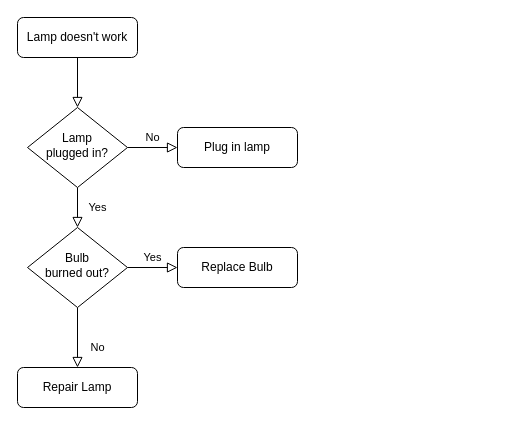
Earlier version of the draw.io diagram Unbenanntes Diagramm.drawio (ascendingsoul/ak). Source tidied: cells renumbered, new cells numbered last; positions are measured from the earlier drawing's top-left corner, leaving out a move shared by most shapes. Both pictures are drawn from the tidied source at 100%, with x=0, y=0 at pixel (17, 17).
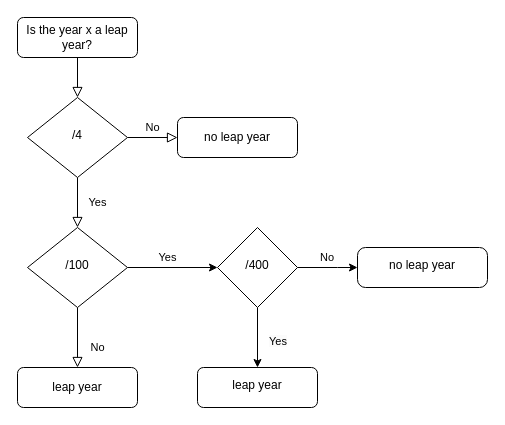
The same diagram, later.

Change to the diagram source:
```diff
@@
-    <mxCell id="3" value="Lamp doesn't work" style="rounded=1;whiteSpace=wrap;html=1;fontSize=12;glass=0;strokeWidth=1;shadow=0;" parent="1" vertex="1">
+    <mxCell id="3" value="Is the year x a leap year?" style="rounded=1;whiteSpace=wrap;html=1;fontSize=12;glass=0;strokeWidth=1;shadow=0;" parent="1" vertex="1">
       <mxGeometry width="120" height="40" as="geometry" />
     </mxCell>
@@
-    <mxCell id="6" value="Lamp&lt;br&gt;plugged in?" style="rhombus;whiteSpace=wrap;html=1;shadow=0;fontFamily=Helvetica;fontSize=12;align=center;strokeWidth=1;spacing=6;spacingTop=-4;" parent="1" vertex="1">
-      <mxGeometry x="10" y="90" width="100" height="80" as="geometry" />
+    <mxCell id="6" value="/4" style="rhombus;whiteSpace=wrap;html=1;shadow=0;fontFamily=Helvetica;fontSize=12;align=center;strokeWidth=1;spacing=6;spacingTop=-4;" parent="1" vertex="1">
+      <mxGeometry x="10" y="80" width="100" height="80" as="geometry" />
     </mxCell>
-    <mxCell id="7" value="Plug in lamp" style="rounded=1;whiteSpace=wrap;html=1;fontSize=12;glass=0;strokeWidth=1;shadow=0;" parent="1" vertex="1">
-      <mxGeometry x="160" y="110" width="120" height="40" as="geometry" />
+    <mxCell id="7" value="no leap year" style="rounded=1;whiteSpace=wrap;html=1;fontSize=12;glass=0;strokeWidth=1;shadow=0;" parent="1" vertex="1">
+      <mxGeometry x="160" y="100" width="120" height="40" as="geometry" />
     </mxCell>
@@
-    <mxCell id="9" value="Yes" style="edgeStyle=orthogonalEdgeStyle;rounded=0;html=1;jettySize=auto;fontSize=11;endArrow=block;endFill=0;endSize=8;strokeWidth=1;shadow=0;labelBackgroundColor=none;" parent="1" edge="1" source="10" target="12">
-      <mxGeometry y="10" relative="1" as="geometry" />
-    </mxCell>
+    <mxCell id="13" style="edgeStyle=orthogonalEdgeStyle;rounded=0;jettySize=auto;html=1;" parent="1" edge="1" source="10" target="16">
+      <mxGeometry relative="1" as="geometry" />
+    </mxCell>
-    <mxCell id="10" value="Bulb&lt;br&gt;burned out?" style="rhombus;whiteSpace=wrap;html=1;shadow=0;fontFamily=Helvetica;fontSize=12;align=center;strokeWidth=1;spacing=6;spacingTop=-4;" parent="1" vertex="1">
+    <mxCell id="10" value="/100" style="rhombus;whiteSpace=wrap;html=1;shadow=0;fontFamily=Helvetica;fontSize=12;align=center;strokeWidth=1;spacing=6;spacingTop=-4;" parent="1" vertex="1">
       <mxGeometry x="10" y="210" width="100" height="80" as="geometry" />
     </mxCell>
-    <mxCell id="11" value="Repair Lamp" style="rounded=1;whiteSpace=wrap;html=1;fontSize=12;glass=0;strokeWidth=1;shadow=0;" parent="1" vertex="1">
+    <mxCell id="11" value="leap year" style="rounded=1;whiteSpace=wrap;html=1;fontSize=12;glass=0;strokeWidth=1;shadow=0;" parent="1" vertex="1">
       <mxGeometry y="350" width="120" height="40" as="geometry" />
     </mxCell>
-    <mxCell id="12" value="Replace Bulb" style="rounded=1;whiteSpace=wrap;html=1;fontSize=12;glass=0;strokeWidth=1;shadow=0;" parent="1" vertex="1">
-      <mxGeometry x="160" y="230" width="120" height="40" as="geometry" />
-    </mxCell>
+    <mxCell id="14" style="edgeStyle=orthogonalEdgeStyle;rounded=0;jettySize=auto;html=1;" parent="1" edge="1" source="16" target="18">
+      <mxGeometry relative="1" as="geometry">
+        <Array as="points">
+          <mxPoint x="320" y="250" />
+          <mxPoint x="320" y="250" />
+        </Array>
+      </mxGeometry>
+    </mxCell>
+    <mxCell id="15" style="edgeStyle=orthogonalEdgeStyle;rounded=0;jettySize=auto;html=1;" parent="1" edge="1" source="16" target="20">
+      <mxGeometry relative="1" as="geometry" />
+    </mxCell>
+    <mxCell id="16" value="/400" style="rhombus;whiteSpace=wrap;html=1;shadow=0;strokeWidth=1;spacing=6;spacingTop=-4;" parent="1" vertex="1">
+      <mxGeometry x="200" y="210" width="80" height="80" as="geometry" />
+    </mxCell>
+    <mxCell id="17" value="&lt;font style=&quot;font-size: 11px;&quot;&gt;Yes&lt;/font&gt;" style="text;html=1;align=center;verticalAlign=middle;strokeColor=none;fillColor=none;" parent="1" vertex="1">
+      <mxGeometry x="130" y="225" width="40" height="30" as="geometry" />
+    </mxCell>
+    <mxCell id="18" value="no leap year" style="rounded=1;whiteSpace=wrap;html=1;shadow=0;strokeWidth=1;spacing=6;spacingTop=-4;arcSize=20;" parent="1" vertex="1">
+      <mxGeometry x="340" y="230" width="130" height="40" as="geometry" />
+    </mxCell>
+    <mxCell id="19" value="&lt;span style=&quot;color: rgb(0, 0, 0); font-family: Helvetica; font-size: 11px; font-style: normal; font-variant-ligatures: normal; font-variant-caps: normal; font-weight: 400; letter-spacing: normal; orphans: 2; text-align: center; text-indent: 0px; text-transform: none; widows: 2; word-spacing: 0px; -webkit-text-stroke-width: 0px; background-color: rgb(251, 251, 251); text-decoration-thickness: initial; text-decoration-style: initial; text-decoration-color: initial; float: none; display: inline !important;&quot;&gt;Yes&lt;/span&gt;" style="text;whiteSpace=wrap;html=1;" parent="1" vertex="1">
+      <mxGeometry x="250" y="310" width="50" height="40" as="geometry" />
+    </mxCell>
+    <mxCell id="20" value="leap year" style="rounded=1;whiteSpace=wrap;html=1;shadow=0;strokeWidth=1;spacing=6;spacingTop=-4;" parent="1" vertex="1">
+      <mxGeometry x="180" y="350" width="120" height="40" as="geometry" />
+    </mxCell>
+    <mxCell id="21" value="No" style="text;strokeColor=none;align=center;fillColor=none;html=1;verticalAlign=middle;whiteSpace=wrap;rounded=0;fontSize=11;" parent="1" vertex="1">
+      <mxGeometry x="280" y="225" width="60" height="30" as="geometry" />
+    </mxCell>
```
